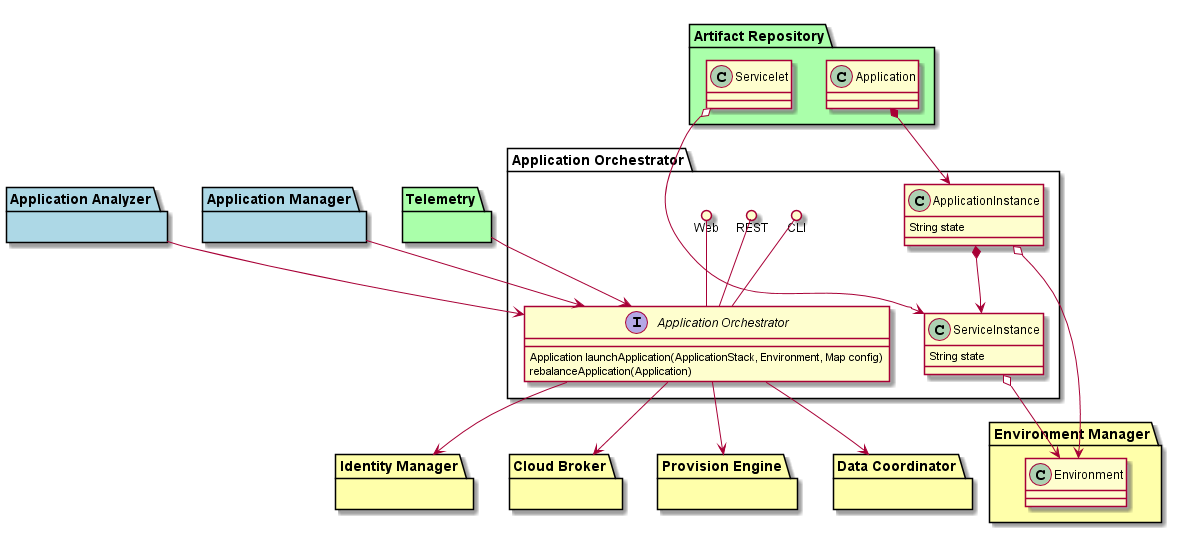
CAADE/C3 keeps this PlantUML diagram as docs/Solution/Application-Orchestrator/Logical.png. Above is the earlier version. The source it was exported from:
```plantuml
@startuml

package "Application Orchestrator" {

    interface "Application Orchestrator" {
      Application launchApplication(ApplicationStack, Environment, Map config)
      rebalanceApplication(Application)
    }
    CLI ()-- "Application Orchestrator"
    REST ()-- "Application Orchestrator"
    Web ()-- "Application Orchestrator"

  class ApplicationInstance {
    String state
  }
  class ServiceInstance {
    String state
  }
  ApplicationInstance *--> ServiceInstance
}

package "Cloud Broker"  #ffffaa {}
package "Provision Engine" #ffffaa {}
package "Data Coordinator" #ffffaa {}
package "Telemetry" #aaffaa {}
package "Application Analyzer" #lightblue {}
package "Application Manager" #lightblue {}
package "Identity Manager"  #ffffaa {}
package "Environment Manager" #ffffaa {
  class Environment {
  }
}
package "Artifact Repository"  #aaffaa {
    class Application {
    }
    class Servicelet {
    }
}
Application *--> ApplicationInstance
Servicelet o--> ServiceInstance
ServiceInstance o--> Environment
ApplicationInstance o--> Environment

"Application Orchestrator" --> "Identity Manager"
"Application Orchestrator" --> "Cloud Broker"
"Application Orchestrator" --> "Provision Engine"
"Application Orchestrator" --> "Data Coordinator"
"Telemetry" --> "Application Orchestrator"
"Application Manager" --> "Application Orchestrator"
"Application Analyzer" --> "Application Orchestrator"



@enduml
```
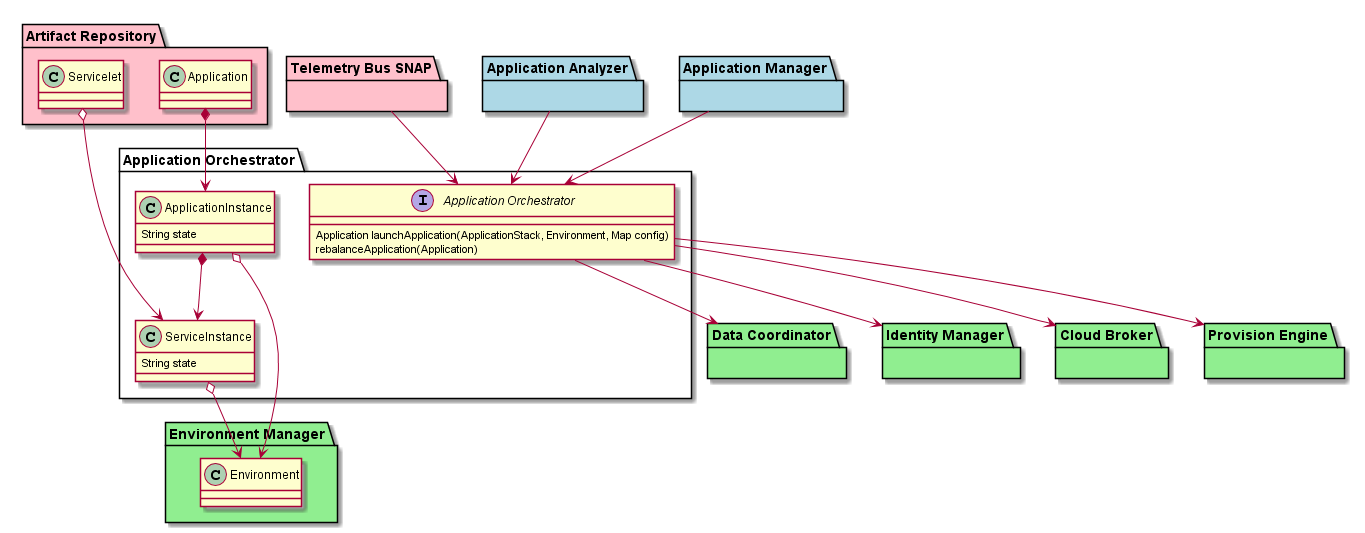
Above is the later version.

Diff of the diagram source:
```diff
@@ -1,15 +1,11 @@
 @startuml
 
+
 package "Application Orchestrator" {
-
-    interface "Application Orchestrator" {
+  interface "Application Orchestrator" {
       Application launchApplication(ApplicationStack, Environment, Map config)
       rebalanceApplication(Application)
-    }
-    CLI ()-- "Application Orchestrator"
-    REST ()-- "Application Orchestrator"
-    Web ()-- "Application Orchestrator"
-
+  }
   class ApplicationInstance {
     String state
   }
@@ -19,18 +15,18 @@
   ApplicationInstance *--> ServiceInstance
 }
 
-package "Cloud Broker"  #ffffaa {}
-package "Provision Engine" #ffffaa {}
-package "Data Coordinator" #ffffaa {}
-package "Telemetry" #aaffaa {}
+package "Cloud Broker"  #lightgreen {}
+package "Provision Engine" #lightgreen {}
+package "Data Coordinator" #lightgreen {}
+package "Telemetry Bus SNAP" #pink {}
 package "Application Analyzer" #lightblue {}
 package "Application Manager" #lightblue {}
-package "Identity Manager"  #ffffaa {}
-package "Environment Manager" #ffffaa {
+package "Identity Manager"  #lightgreen {}
+package "Environment Manager" #lightgreen {
   class Environment {
   }
 }
-package "Artifact Repository"  #aaffaa {
+package "Artifact Repository"  #pink {
     class Application {
     }
     class Servicelet {
@@ -45,10 +41,9 @@
 "Application Orchestrator" --> "Cloud Broker"
 "Application Orchestrator" --> "Provision Engine"
 "Application Orchestrator" --> "Data Coordinator"
-"Telemetry" --> "Application Orchestrator"
+"Telemetry Bus SNAP" --> "Application Orchestrator"
 "Application Manager" --> "Application Orchestrator"
 "Application Analyzer" --> "Application Orchestrator"
 
 
-
 @enduml
```
